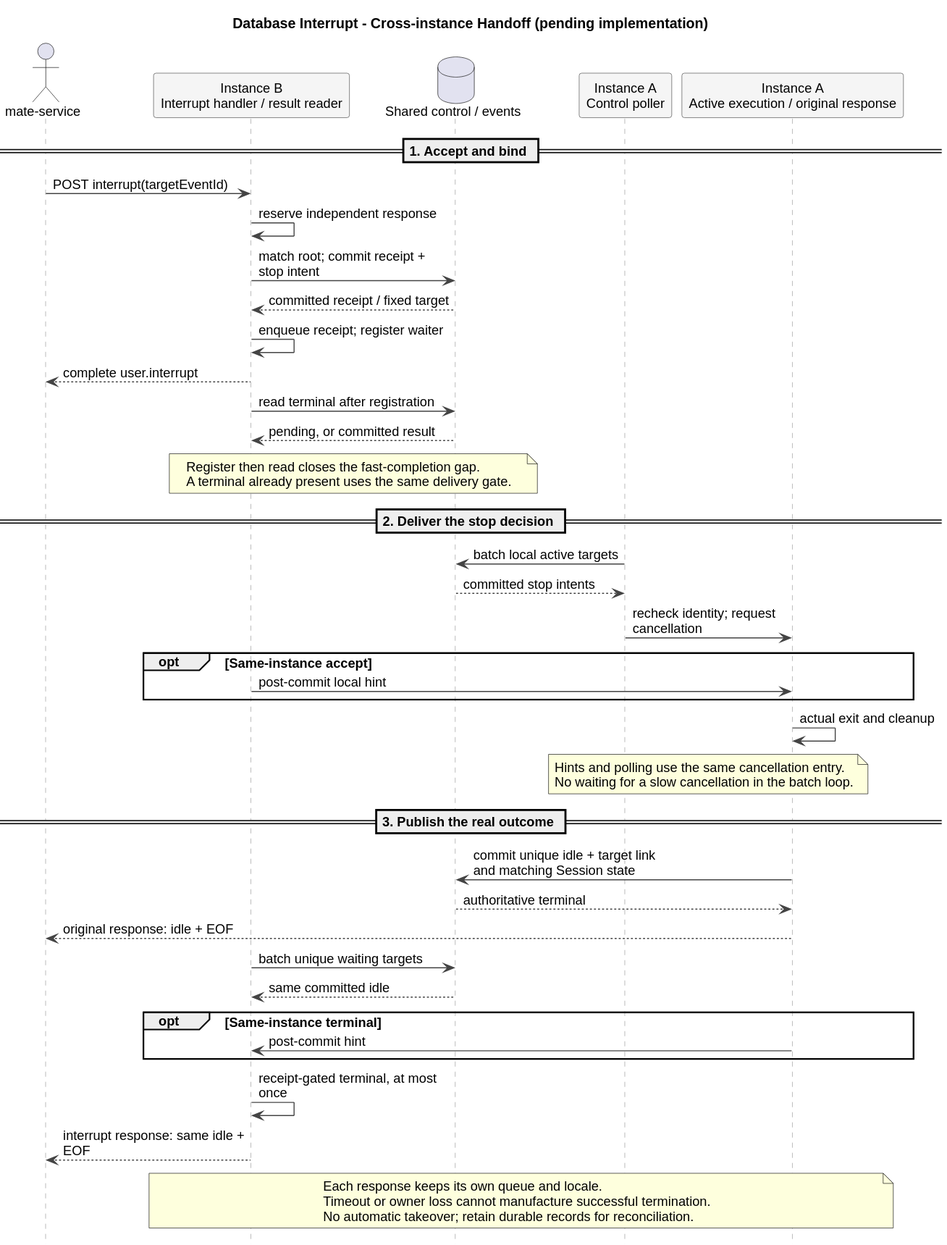
The PlantUML diagram 01-总体架构/01-CampusClaw多Agent运行时/设计图/事件接口重设计/target_database_interrupt_delivery.svg in ssm0808/pi-mono-java-design, before a commit.
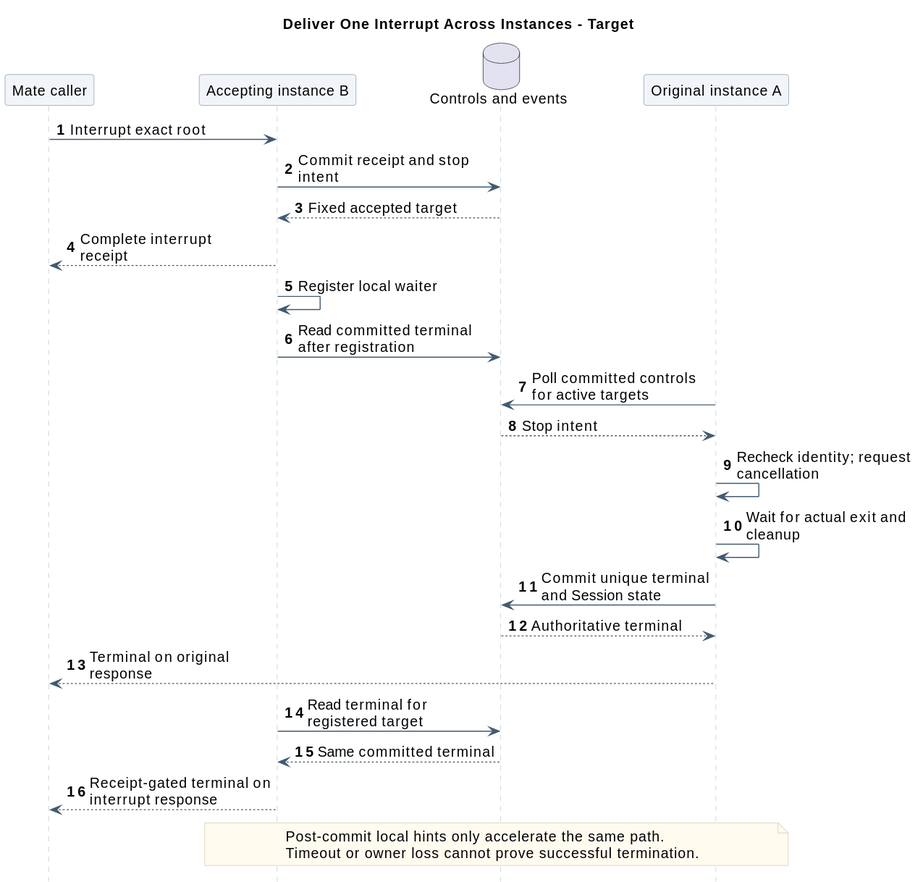
After the commit.

The edit, as a diff of the source:
```diff
@@ -1,66 +1,44 @@
 @startuml
 skinparam backgroundColor white
+skinparam defaultFontName SansSerif
+skinparam defaultFontSize 14
 skinparam shadowing false
-skinparam defaultFontName Arial
-skinparam defaultFontSize 13
+skinparam sequenceMessageAlign left
+skinparam maxMessageSize 180
+skinparam sequenceArrowColor #425B70
+skinparam sequenceLifeLineBorderColor #BAC4CC
+skinparam sequenceParticipantBackgroundColor #F1F5F9
+skinparam sequenceParticipantBorderColor #8496A4
+skinparam sequenceGroupBackgroundColor #FAFBFC
+skinparam sequenceGroupBorderColor #BAC4CC
+skinparam noteBackgroundColor #FFFBEF
+skinparam noteBorderColor #D2C6A5
 hide footbox
-skinparam BoxPadding 10
-skinparam maxMessageSize 190
-skinparam sequenceMessageAlign left
-skinparam sequence {
-  ParticipantBackgroundColor #F5F5F5
-  ParticipantBorderColor #555555
-  LifeLineBorderColor #A0A0A0
-  ArrowColor #444444
-}
-title Database Interrupt - Cross-instance Handoff (pending implementation)
-actor "mate-service" as Client
-participant "Instance B\nInterrupt handler / result reader" as B
-database "Shared control / events" as DB
-participant "Instance A\nControl poller" as Poller
-participant "Instance A\nActive execution / original response" as A
+autonumber
 
-== 1. Accept and bind ==
-Client -> B : POST interrupt(targetEventId)
-B -> B : reserve independent response
-B -> DB : match root; commit receipt + stop intent
-DB --> B : committed receipt / fixed target
-B -> B : enqueue receipt; register waiter
-B --> Client : complete user.interrupt
-B -> DB : read terminal after registration
-DB --> B : pending, or committed result
-note over B,DB
-Register then read closes the fast-completion gap.
-A terminal already present uses the same delivery gate.
-end note
-
-== 2. Deliver the stop decision ==
-Poller -> DB : batch local active targets
-DB --> Poller : committed stop intents
-Poller -> A : recheck identity; request cancellation
-opt Same-instance accept
-  B -> A : post-commit local hint
-end
-A -> A : actual exit and cleanup
-note over Poller,A
-Hints and polling use the same cancellation entry.
-No waiting for a slow cancellation in the batch loop.
-end note
-
-== 3. Publish the real outcome ==
-A -> DB : commit unique idle + target link\nand matching Session state
-DB --> A : authoritative terminal
-A --> Client : original response: idle + EOF
-B -> DB : batch unique waiting targets
-DB --> B : same committed idle
-opt Same-instance terminal
-  A -> B : post-commit hint
-end
-B -> B : receipt-gated terminal, at most once
-B --> Client : interrupt response: same idle + EOF
+title Deliver One Interrupt Across Instances - Target
+participant "Mate caller" as Client
+participant "Accepting instance B" as B
+database "Controls and events" as DB
+participant "Original instance A" as A
+Client -> B : Interrupt exact root
+B -> DB : Commit receipt and stop intent
+DB --> B : Fixed accepted target
+B --> Client : Complete interrupt receipt
+B -> B : Register local waiter
+B -> DB : Read committed terminal after registration
+A -> DB : Poll committed controls for active targets
+DB --> A : Stop intent
+A -> A : Recheck identity; request cancellation
+A -> A : Wait for actual exit and cleanup
+A -> DB : Commit unique terminal and Session state
+DB --> A : Authoritative terminal
+A --> Client : Terminal on original response
+B -> DB : Read terminal for registered target
+DB --> B : Same committed terminal
+B --> Client : Receipt-gated terminal on interrupt response
 note over B,A
-Each response keeps its own queue and locale.
-Timeout or owner loss cannot manufacture successful termination.
-No automatic takeover; retain durable records for reconciliation.
+  Post-commit local hints only accelerate the same path.
+  Timeout or owner loss cannot prove successful termination.
 end note
 @enduml
```
